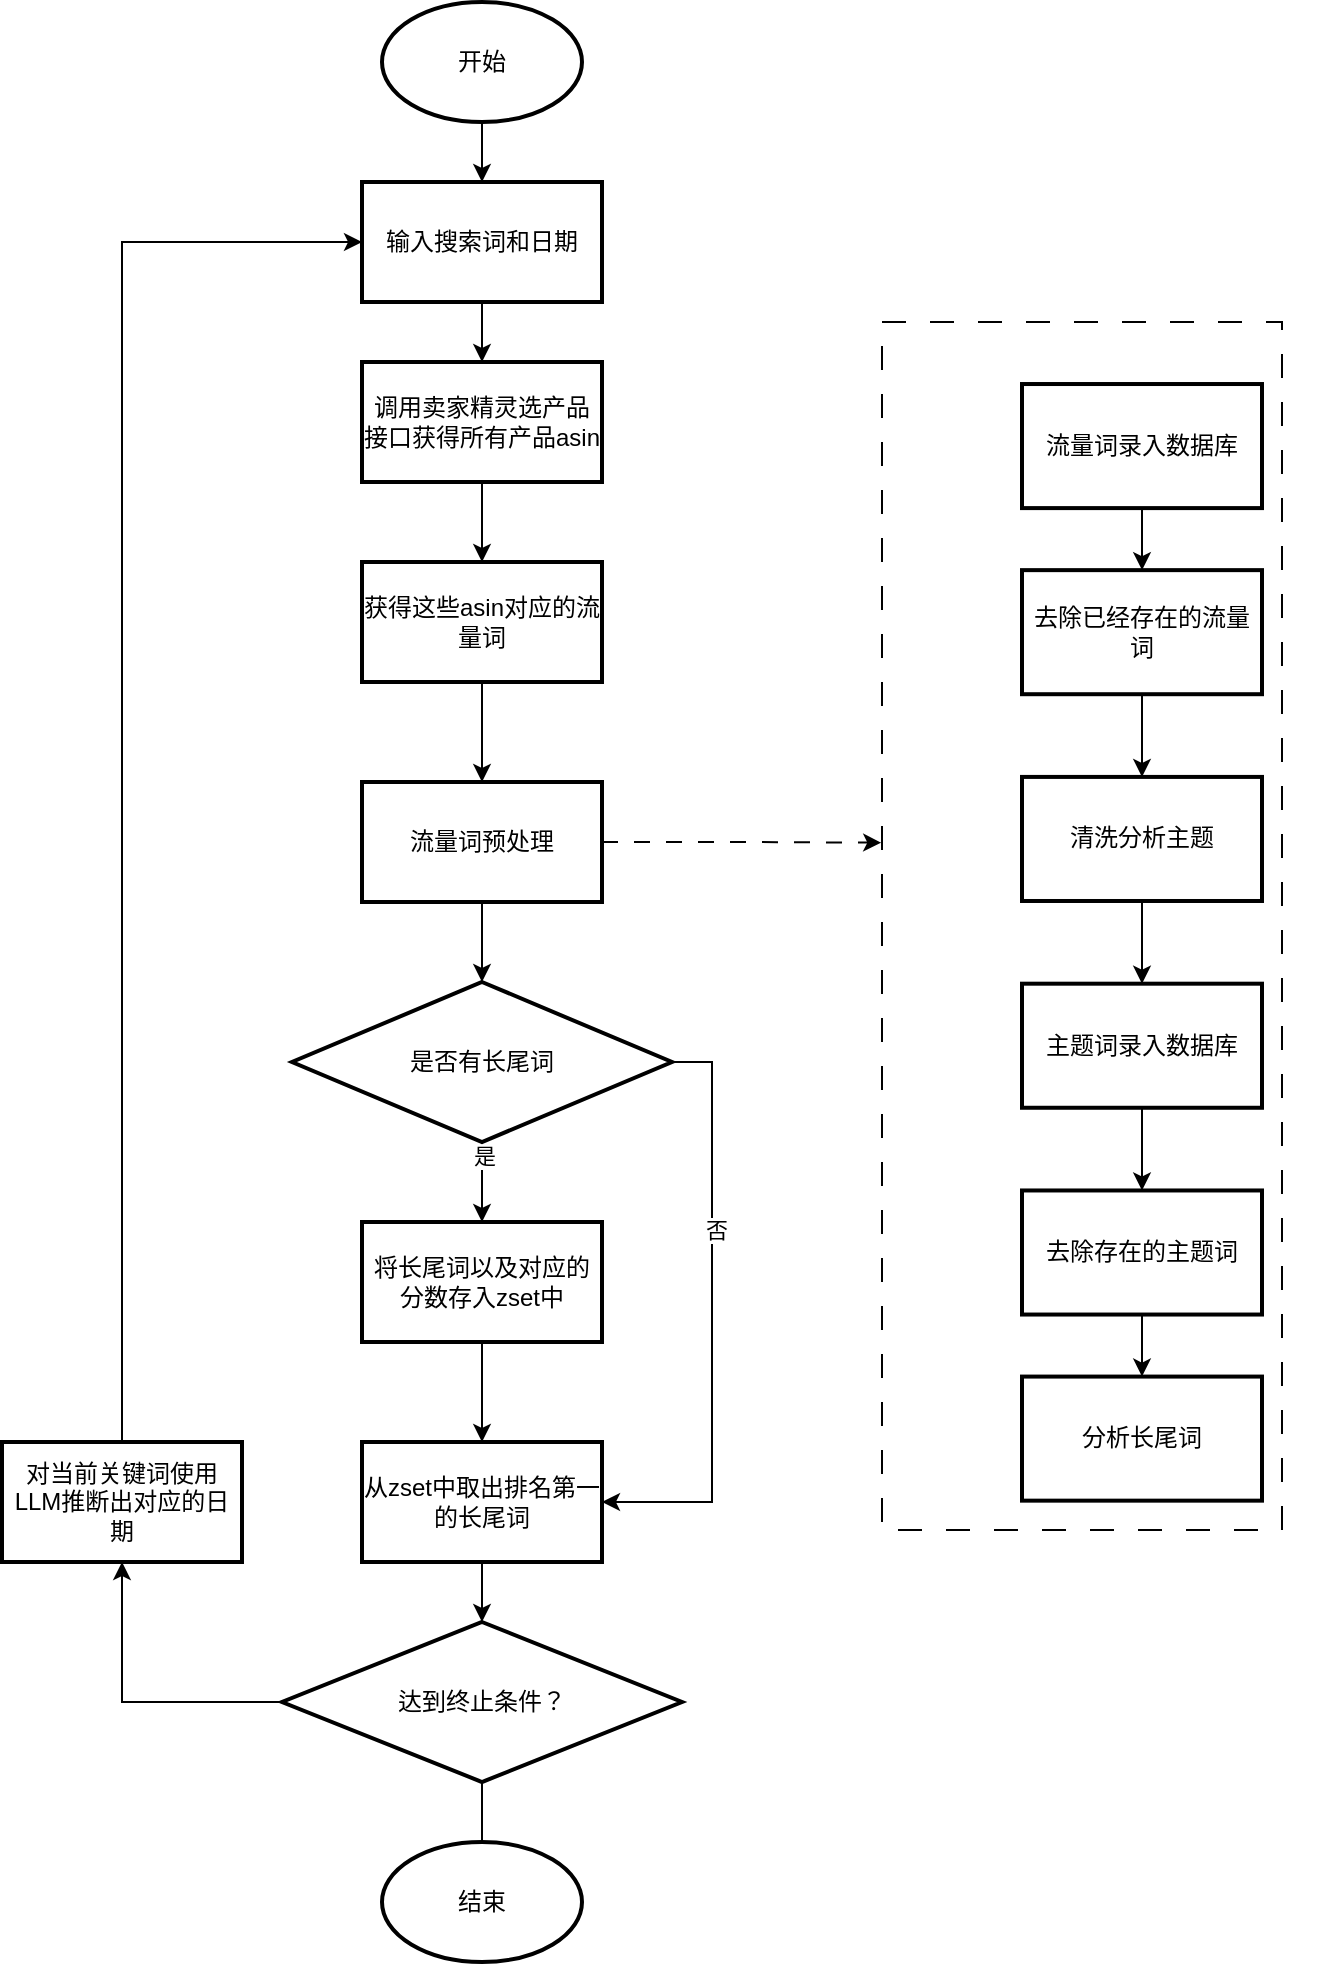
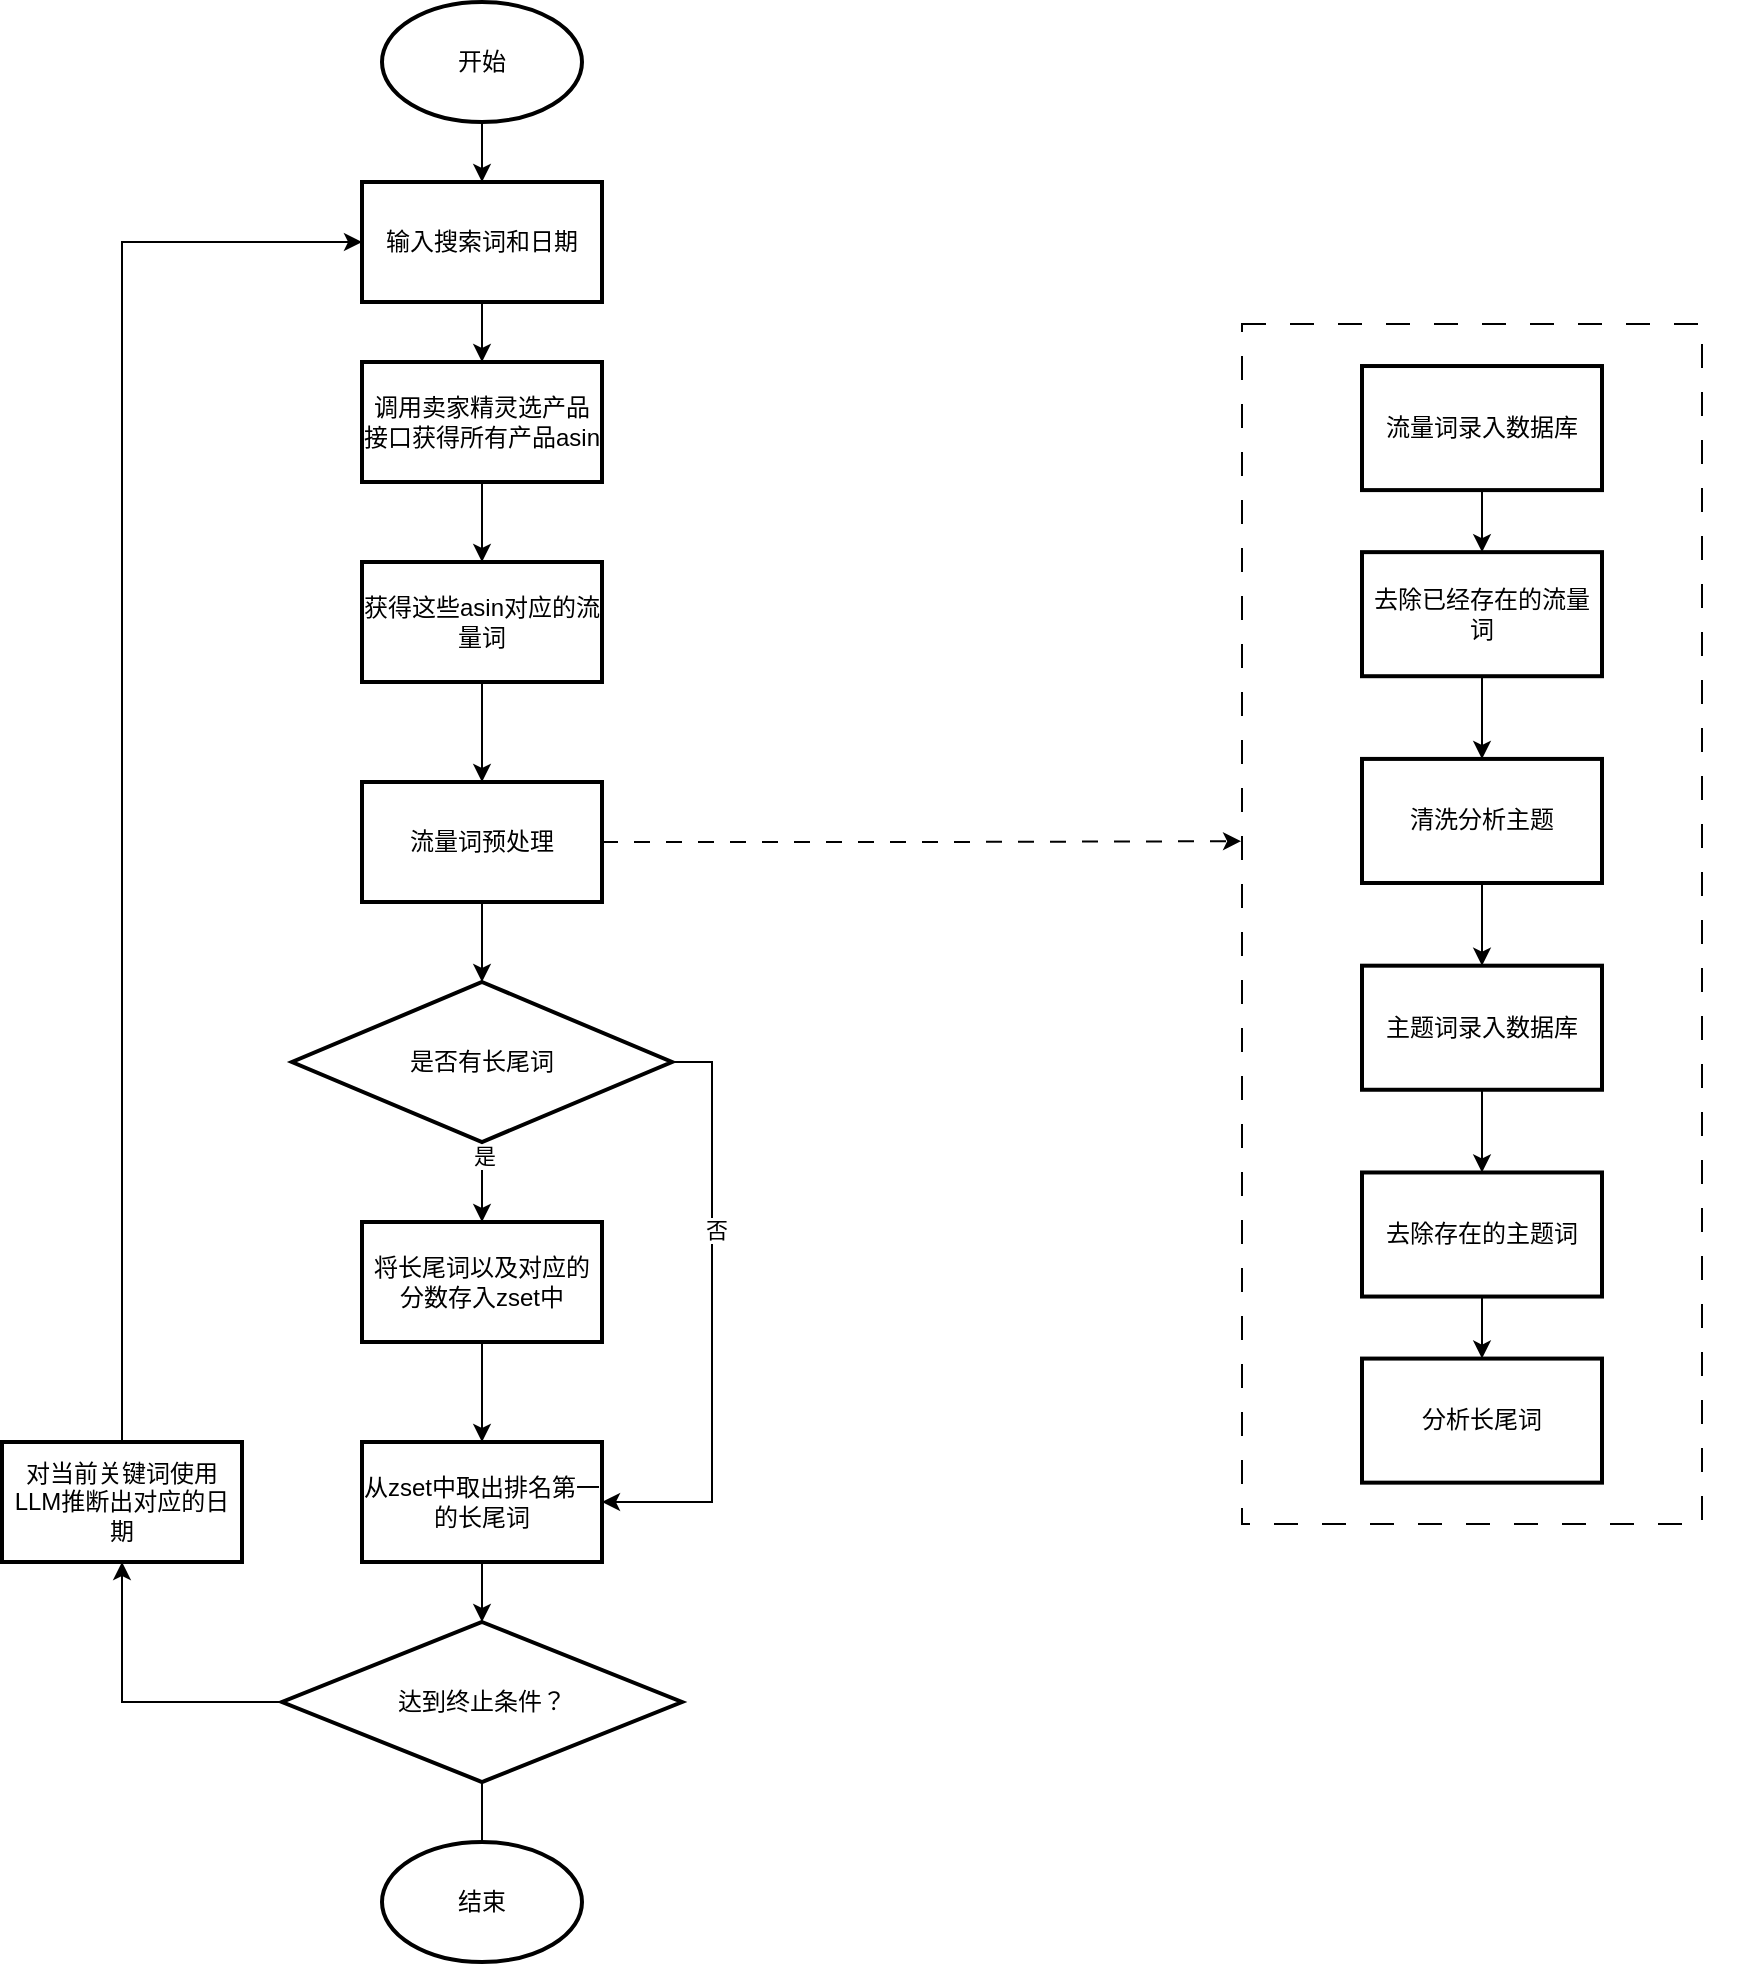
<mxfile host="app.diagrams.net">
  <diagram id="C5RBs43oDa-KdzZeNtuy" name="Page-1">
-     <mxGraphModel dx="1654" dy="878" grid="1" gridSize="10" guides="1" tooltips="1" connect="1" arrows="1" fold="1" page="1" pageScale="1" pageWidth="827" pageHeight="1169" math="0" shadow="0">
+     <mxGraphModel dx="1406" dy="746" grid="1" gridSize="10" guides="1" tooltips="1" connect="1" arrows="1" fold="1" page="1" pageScale="1" pageWidth="827" pageHeight="1169" math="0" shadow="0">
      <root>
        <mxCell id="WIyWlLk6GJQsqaUBKTNV-0" />
        <mxCell id="WIyWlLk6GJQsqaUBKTNV-1" parent="WIyWlLk6GJQsqaUBKTNV-0" />
        <mxCell id="lqHJidFNR8SIyas8HkI6-2" edge="1" parent="WIyWlLk6GJQsqaUBKTNV-1" source="lqHJidFNR8SIyas8HkI6-0" style="edgeStyle=orthogonalEdgeStyle;rounded=0;orthogonalLoop=1;jettySize=auto;html=1;" target="lqHJidFNR8SIyas8HkI6-1" value="">
          <mxGeometry relative="1" as="geometry" />
        </mxCell>
        <mxCell id="lqHJidFNR8SIyas8HkI6-0" parent="WIyWlLk6GJQsqaUBKTNV-1" style="strokeWidth=2;html=1;shape=mxgraph.flowchart.start_1;whiteSpace=wrap;" value="开始" vertex="1">
          <mxGeometry height="60" width="100" x="280" y="120" as="geometry" />
        </mxCell>
        <mxCell id="lqHJidFNR8SIyas8HkI6-4" edge="1" parent="WIyWlLk6GJQsqaUBKTNV-1" source="lqHJidFNR8SIyas8HkI6-1" style="edgeStyle=orthogonalEdgeStyle;rounded=0;orthogonalLoop=1;jettySize=auto;html=1;" target="lqHJidFNR8SIyas8HkI6-3" value="">
          <mxGeometry relative="1" as="geometry" />
        </mxCell>
        <mxCell id="lqHJidFNR8SIyas8HkI6-1" parent="WIyWlLk6GJQsqaUBKTNV-1" style="whiteSpace=wrap;html=1;strokeWidth=2;" value="输入搜索词和日期" vertex="1">
          <mxGeometry height="60" width="120" x="270" y="210" as="geometry" />
        </mxCell>
        <mxCell id="lqHJidFNR8SIyas8HkI6-7" edge="1" parent="WIyWlLk6GJQsqaUBKTNV-1" source="lqHJidFNR8SIyas8HkI6-3" style="edgeStyle=orthogonalEdgeStyle;rounded=0;orthogonalLoop=1;jettySize=auto;html=1;" target="lqHJidFNR8SIyas8HkI6-6" value="">
          <mxGeometry relative="1" as="geometry" />
        </mxCell>
        <mxCell id="lqHJidFNR8SIyas8HkI6-3" parent="WIyWlLk6GJQsqaUBKTNV-1" style="whiteSpace=wrap;html=1;strokeWidth=2;" value="调用卖家精灵选产品接口获得所有产品asin" vertex="1">
          <mxGeometry height="60" width="120" x="270" y="300" as="geometry" />
        </mxCell>
        <mxCell id="lqHJidFNR8SIyas8HkI6-47" edge="1" parent="WIyWlLk6GJQsqaUBKTNV-1" source="lqHJidFNR8SIyas8HkI6-6" style="edgeStyle=orthogonalEdgeStyle;rounded=0;orthogonalLoop=1;jettySize=auto;html=1;" target="lqHJidFNR8SIyas8HkI6-46" value="">
          <mxGeometry relative="1" as="geometry" />
        </mxCell>
        <mxCell id="lqHJidFNR8SIyas8HkI6-6" parent="WIyWlLk6GJQsqaUBKTNV-1" style="whiteSpace=wrap;html=1;strokeWidth=2;" value="获得这些asin对应的流量词" vertex="1">
          <mxGeometry height="60" width="120" x="270" y="400" as="geometry" />
        </mxCell>
        <mxCell id="lqHJidFNR8SIyas8HkI6-31" edge="1" parent="WIyWlLk6GJQsqaUBKTNV-1" source="lqHJidFNR8SIyas8HkI6-20" style="edgeStyle=orthogonalEdgeStyle;rounded=0;orthogonalLoop=1;jettySize=auto;html=1;" target="lqHJidFNR8SIyas8HkI6-24" value="">
          <mxGeometry relative="1" as="geometry" />
        </mxCell>
        <mxCell id="lqHJidFNR8SIyas8HkI6-20" parent="WIyWlLk6GJQsqaUBKTNV-1" style="whiteSpace=wrap;html=1;strokeWidth=2;" value="将长尾词以及对应的分数存入zset中" vertex="1">
          <mxGeometry height="60" width="120" x="270" y="730" as="geometry" />
        </mxCell>
        <mxCell id="lqHJidFNR8SIyas8HkI6-36" edge="1" parent="WIyWlLk6GJQsqaUBKTNV-1" source="lqHJidFNR8SIyas8HkI6-24" style="edgeStyle=orthogonalEdgeStyle;rounded=0;orthogonalLoop=1;jettySize=auto;html=1;" target="lqHJidFNR8SIyas8HkI6-35" value="">
          <mxGeometry relative="1" as="geometry" />
        </mxCell>
        <mxCell id="lqHJidFNR8SIyas8HkI6-24" parent="WIyWlLk6GJQsqaUBKTNV-1" style="whiteSpace=wrap;html=1;strokeWidth=2;" value="从zset中取出排名第一的长尾词" vertex="1">
          <mxGeometry height="60" width="120" x="270" y="840" as="geometry" />
        </mxCell>
        <mxCell id="lqHJidFNR8SIyas8HkI6-30" edge="1" parent="WIyWlLk6GJQsqaUBKTNV-1" source="lqHJidFNR8SIyas8HkI6-28" style="edgeStyle=orthogonalEdgeStyle;rounded=0;orthogonalLoop=1;jettySize=auto;html=1;" target="lqHJidFNR8SIyas8HkI6-20" value="">
          <mxGeometry relative="1" as="geometry" />
        </mxCell>
        <mxCell id="lqHJidFNR8SIyas8HkI6-33" connectable="0" parent="lqHJidFNR8SIyas8HkI6-30" style="edgeLabel;html=1;align=center;verticalAlign=middle;resizable=0;points=[];" value="是" vertex="1">
          <mxGeometry relative="1" x="-0.65" y="1" as="geometry">
            <mxPoint as="offset" />
          </mxGeometry>
        </mxCell>
        <mxCell id="lqHJidFNR8SIyas8HkI6-32" edge="1" parent="WIyWlLk6GJQsqaUBKTNV-1" source="lqHJidFNR8SIyas8HkI6-28" style="edgeStyle=orthogonalEdgeStyle;rounded=0;orthogonalLoop=1;jettySize=auto;html=1;entryX=1;entryY=0.5;entryDx=0;entryDy=0;" target="lqHJidFNR8SIyas8HkI6-24">
          <mxGeometry relative="1" as="geometry">
            <Array as="points">
              <mxPoint x="445" y="650" />
              <mxPoint x="445" y="870" />
            </Array>
          </mxGeometry>
        </mxCell>
        <mxCell id="lqHJidFNR8SIyas8HkI6-34" connectable="0" parent="lqHJidFNR8SIyas8HkI6-32" style="edgeLabel;html=1;align=center;verticalAlign=middle;resizable=0;points=[];" value="否" vertex="1">
          <mxGeometry relative="1" x="-0.2949" y="2" as="geometry">
            <mxPoint as="offset" />
          </mxGeometry>
        </mxCell>
        <mxCell id="lqHJidFNR8SIyas8HkI6-28" parent="WIyWlLk6GJQsqaUBKTNV-1" style="rhombus;whiteSpace=wrap;html=1;strokeWidth=2;" value="是否有长尾词" vertex="1">
          <mxGeometry height="80" width="190" x="235" y="610" as="geometry" />
        </mxCell>
        <mxCell id="lqHJidFNR8SIyas8HkI6-39" edge="1" parent="WIyWlLk6GJQsqaUBKTNV-1" source="lqHJidFNR8SIyas8HkI6-35" style="edgeStyle=orthogonalEdgeStyle;rounded=0;orthogonalLoop=1;jettySize=auto;html=1;" target="lqHJidFNR8SIyas8HkI6-38" value="">
          <mxGeometry relative="1" as="geometry" />
        </mxCell>
        <mxCell id="lqHJidFNR8SIyas8HkI6-44" edge="1" parent="WIyWlLk6GJQsqaUBKTNV-1" source="lqHJidFNR8SIyas8HkI6-35" style="edgeStyle=orthogonalEdgeStyle;rounded=0;orthogonalLoop=1;jettySize=auto;html=1;" value="">
          <mxGeometry relative="1" as="geometry">
            <mxPoint x="330" y="1089.9999999999995" as="targetPoint" />
          </mxGeometry>
        </mxCell>
        <mxCell id="lqHJidFNR8SIyas8HkI6-35" parent="WIyWlLk6GJQsqaUBKTNV-1" style="rhombus;whiteSpace=wrap;html=1;strokeWidth=2;" value="达到终止条件？" vertex="1">
          <mxGeometry height="80" width="200" x="230" y="930" as="geometry" />
        </mxCell>
        <mxCell id="lqHJidFNR8SIyas8HkI6-40" edge="1" parent="WIyWlLk6GJQsqaUBKTNV-1" source="lqHJidFNR8SIyas8HkI6-38" style="edgeStyle=orthogonalEdgeStyle;rounded=0;orthogonalLoop=1;jettySize=auto;html=1;entryX=0;entryY=0.5;entryDx=0;entryDy=0;" target="lqHJidFNR8SIyas8HkI6-1">
          <mxGeometry relative="1" as="geometry">
            <Array as="points">
              <mxPoint x="150" y="240" />
            </Array>
          </mxGeometry>
        </mxCell>
        <mxCell id="lqHJidFNR8SIyas8HkI6-38" parent="WIyWlLk6GJQsqaUBKTNV-1" style="whiteSpace=wrap;html=1;strokeWidth=2;" value="对当前关键词使用LLM推断出对应的日期" vertex="1">
          <mxGeometry height="60" width="120" x="90" y="840" as="geometry" />
        </mxCell>
        <mxCell id="lqHJidFNR8SIyas8HkI6-45" parent="WIyWlLk6GJQsqaUBKTNV-1" style="strokeWidth=2;html=1;shape=mxgraph.flowchart.start_1;whiteSpace=wrap;" value="结束" vertex="1">
          <mxGeometry height="60" width="100" x="280" y="1040" as="geometry" />
        </mxCell>
        <mxCell id="lqHJidFNR8SIyas8HkI6-48" edge="1" parent="WIyWlLk6GJQsqaUBKTNV-1" source="lqHJidFNR8SIyas8HkI6-46" style="edgeStyle=orthogonalEdgeStyle;rounded=0;orthogonalLoop=1;jettySize=auto;html=1;" target="lqHJidFNR8SIyas8HkI6-28" value="">
          <mxGeometry relative="1" as="geometry" />
        </mxCell>
        <mxCell id="lqHJidFNR8SIyas8HkI6-51" edge="1" parent="WIyWlLk6GJQsqaUBKTNV-1" source="lqHJidFNR8SIyas8HkI6-46" style="edgeStyle=orthogonalEdgeStyle;rounded=0;orthogonalLoop=1;jettySize=auto;html=1;dashed=1;dashPattern=8 8;entryX=-0.002;entryY=0.431;entryDx=0;entryDy=0;entryPerimeter=0;" target="lqHJidFNR8SIyas8HkI6-49">
          <mxGeometry relative="1" as="geometry">
            <mxPoint x="520" y="540" as="targetPoint" />
          </mxGeometry>
        </mxCell>
        <mxCell id="lqHJidFNR8SIyas8HkI6-46" parent="WIyWlLk6GJQsqaUBKTNV-1" style="whiteSpace=wrap;html=1;strokeWidth=2;" value="流量词预处理" vertex="1">
          <mxGeometry height="60" width="120" x="270" y="510" as="geometry" />
        </mxCell>
-         <mxCell id="lqHJidFNR8SIyas8HkI6-50" connectable="0" parent="WIyWlLk6GJQsqaUBKTNV-1" style="group" value="" vertex="1">
-           <mxGeometry height="610" width="200" x="560" y="280" as="geometry" />
+         <mxCell id="lqHJidFNR8SIyas8HkI6-52" connectable="0" parent="WIyWlLk6GJQsqaUBKTNV-1" style="group" value="" vertex="1">
+           <mxGeometry height="627" width="230" x="730" y="271" as="geometry" />
+         </mxCell>
+         <mxCell id="lqHJidFNR8SIyas8HkI6-49" collapsed="1" parent="lqHJidFNR8SIyas8HkI6-52" style="rounded=0;whiteSpace=wrap;html=1;fillColor=none;dashed=1;dashPattern=12 12;strokeColor=default;strokeWidth=1;container=1;" value="" vertex="1">
+           <mxGeometry height="600" width="230" x="-20" y="10" as="geometry">
+             <mxRectangle height="604" width="200" x="530" y="280" as="alternateBounds" />
+           </mxGeometry>
+         </mxCell>
+         <mxCell id="lqHJidFNR8SIyas8HkI6-50" connectable="0" parent="lqHJidFNR8SIyas8HkI6-52" style="group" value="" vertex="1">
+           <mxGeometry height="610" width="200" as="geometry" />
        </mxCell>
        <mxCell id="lqHJidFNR8SIyas8HkI6-11" edge="1" parent="lqHJidFNR8SIyas8HkI6-50" source="lqHJidFNR8SIyas8HkI6-8" style="edgeStyle=orthogonalEdgeStyle;rounded=0;orthogonalLoop=1;jettySize=auto;html=1;" target="lqHJidFNR8SIyas8HkI6-10" value="">
          <mxGeometry relative="1" as="geometry" />
        </mxCell>
        <mxCell id="lqHJidFNR8SIyas8HkI6-8" parent="lqHJidFNR8SIyas8HkI6-50" style="whiteSpace=wrap;html=1;strokeWidth=2;" value="流量词录入数据库" vertex="1">
          <mxGeometry height="62.03389830508474" width="120" x="40" y="31.01694915254237" as="geometry" />
        </mxCell>
        <mxCell id="lqHJidFNR8SIyas8HkI6-13" edge="1" parent="lqHJidFNR8SIyas8HkI6-50" source="lqHJidFNR8SIyas8HkI6-10" style="edgeStyle=orthogonalEdgeStyle;rounded=0;orthogonalLoop=1;jettySize=auto;html=1;" target="lqHJidFNR8SIyas8HkI6-12" value="">
          <mxGeometry relative="1" as="geometry" />
        </mxCell>
        <mxCell id="lqHJidFNR8SIyas8HkI6-10" parent="lqHJidFNR8SIyas8HkI6-50" style="whiteSpace=wrap;html=1;strokeWidth=2;" value="去除已经存在的流量词" vertex="1">
          <mxGeometry height="62.03389830508474" width="120" x="40" y="124.06779661016948" as="geometry" />
        </mxCell>
        <mxCell id="lqHJidFNR8SIyas8HkI6-15" edge="1" parent="lqHJidFNR8SIyas8HkI6-50" source="lqHJidFNR8SIyas8HkI6-12" style="edgeStyle=orthogonalEdgeStyle;rounded=0;orthogonalLoop=1;jettySize=auto;html=1;" target="lqHJidFNR8SIyas8HkI6-14" value="">
          <mxGeometry relative="1" as="geometry" />
        </mxCell>
        <mxCell id="lqHJidFNR8SIyas8HkI6-12" parent="lqHJidFNR8SIyas8HkI6-50" style="whiteSpace=wrap;html=1;strokeWidth=2;" value="清洗分析主题" vertex="1">
          <mxGeometry height="62.03389830508474" width="120" x="40" y="227.45762711864404" as="geometry" />
        </mxCell>
        <mxCell id="lqHJidFNR8SIyas8HkI6-17" edge="1" parent="lqHJidFNR8SIyas8HkI6-50" source="lqHJidFNR8SIyas8HkI6-14" style="edgeStyle=orthogonalEdgeStyle;rounded=0;orthogonalLoop=1;jettySize=auto;html=1;" target="lqHJidFNR8SIyas8HkI6-16" value="">
          <mxGeometry relative="1" as="geometry" />
        </mxCell>
        <mxCell id="lqHJidFNR8SIyas8HkI6-14" parent="lqHJidFNR8SIyas8HkI6-50" style="whiteSpace=wrap;html=1;strokeWidth=2;" value="主题词录入数据库" vertex="1">
          <mxGeometry height="62.03389830508474" width="120" x="40" y="330.8474576271186" as="geometry" />
        </mxCell>
        <mxCell id="lqHJidFNR8SIyas8HkI6-19" edge="1" parent="lqHJidFNR8SIyas8HkI6-50" source="lqHJidFNR8SIyas8HkI6-16" style="edgeStyle=orthogonalEdgeStyle;rounded=0;orthogonalLoop=1;jettySize=auto;html=1;" target="lqHJidFNR8SIyas8HkI6-18" value="">
          <mxGeometry relative="1" as="geometry" />
        </mxCell>
        <mxCell id="lqHJidFNR8SIyas8HkI6-16" parent="lqHJidFNR8SIyas8HkI6-50" style="whiteSpace=wrap;html=1;strokeWidth=2;" value="去除存在的主题词" vertex="1">
          <mxGeometry height="62.03389830508474" width="120" x="40" y="434.2372881355932" as="geometry" />
        </mxCell>
        <mxCell id="lqHJidFNR8SIyas8HkI6-18" parent="lqHJidFNR8SIyas8HkI6-50" style="whiteSpace=wrap;html=1;strokeWidth=2;" value="分析长尾词" vertex="1">
          <mxGeometry height="62.03389830508474" width="120" x="40" y="527.2881355932203" as="geometry" />
        </mxCell>
-         <mxCell id="lqHJidFNR8SIyas8HkI6-49" parent="WIyWlLk6GJQsqaUBKTNV-1" style="rounded=0;whiteSpace=wrap;html=1;fillColor=none;dashed=1;dashPattern=12 12;strokeColor=default;strokeWidth=1;" value="" vertex="1">
-           <mxGeometry height="604" width="200" x="530" y="280" as="geometry" />
-         </mxCell>
      </root>
    </mxGraphModel>
  </diagram>
</mxfile>
